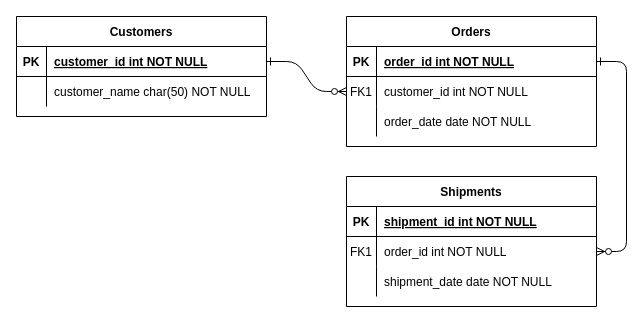
Before: entity_relationship_diagram.drawio in reaperxyndrome/my-todo, a draw.io diagram. Source tidied: cells renumbered, new cells numbered last; positions are measured from the earlier drawing's top-left corner, leaving out a move shared by most shapes. Both pictures are drawn from the tidied source at 100%, with x=0, y=0 at pixel (16, 16).
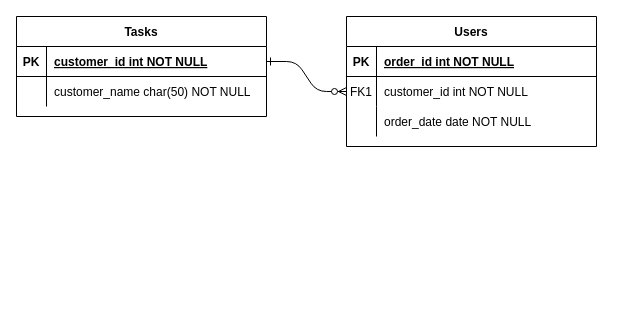
The same page after the edit.

Unchanged cells that the change refers to:
```xml
<mxCell id="5" style="shape=partialRectangle;fillColor=none;points=[[0,0.5],[1,0.5]];portConstraint=eastwest;top=0;left=0;right=0;bottom=1;" parent="4" vertex="1">
  <mxGeometry y="30" width="250" height="30" as="geometry" />
</mxCell>
```

Change to the diagram source:
```diff
@@
-    <mxCell id="3" style="edgeStyle=entityRelationEdgeStyle;endArrow=ERzeroToMany;startArrow=ERone;endFill=1;startFill=0;" parent="1" edge="1" source="5" target="18">
-      <mxGeometry relative="1" as="geometry" />
-    </mxCell>
-    <mxCell id="4" value="Orders" style="shape=table;startSize=30;childLayout=tableLayout;rowLines=0;fontStyle=1;align=center;" parent="1" vertex="1">
+    <mxCell id="4" value="Users" style="shape=table;startSize=30;childLayout=tableLayout;rowLines=0;fontStyle=1;align=center;" parent="1" vertex="1">
       <mxGeometry x="330" width="250" height="130" as="geometry" />
     </mxCell>
@@
-    <mxCell id="14" value="Shipments" style="shape=table;startSize=30;childLayout=tableLayout;rowLines=0;fontStyle=1;align=center;" parent="1" vertex="1">
-      <mxGeometry x="330" y="160" width="250" height="130" as="geometry" />
-    </mxCell>
-    <mxCell id="15" style="shape=partialRectangle;fillColor=none;top=0;left=0;right=0;bottom=1;" parent="14" vertex="1">
-      <mxGeometry y="30" width="250" height="30" as="geometry" />
-    </mxCell>
-    <mxCell id="16" value="PK" style="shape=partialRectangle;overflow=hidden;fillColor=none;top=0;left=0;bottom=0;right=0;fontStyle=1;" parent="15" vertex="1">
-      <mxGeometry width="30" height="30" as="geometry" />
-    </mxCell>
-    <mxCell id="17" value="shipment_id int NOT NULL " style="shape=partialRectangle;overflow=hidden;fillColor=none;top=0;left=0;bottom=0;right=0;align=left;spacingLeft=6;fontStyle=5;" parent="15" vertex="1">
-      <mxGeometry x="30" width="220" height="30" as="geometry" />
-    </mxCell>
-    <mxCell id="18" style="shape=partialRectangle;fillColor=none;points=[[0,0.5],[1,0.5]];portConstraint=eastwest;top=0;left=0;right=0;bottom=0;" parent="14" vertex="1">
-      <mxGeometry y="60" width="250" height="30" as="geometry" />
-    </mxCell>
-    <mxCell id="19" value="FK1" style="shape=partialRectangle;overflow=hidden;fillColor=none;top=0;left=0;bottom=0;right=0;" parent="18" vertex="1">
-      <mxGeometry width="30" height="30" as="geometry" />
-    </mxCell>
-    <mxCell id="20" value="order_id int NOT NULL" style="shape=partialRectangle;overflow=hidden;fillColor=none;top=0;left=0;bottom=0;right=0;align=left;spacingLeft=6;" parent="18" vertex="1">
-      <mxGeometry x="30" width="220" height="30" as="geometry" />
-    </mxCell>
-    <mxCell id="21" style="shape=partialRectangle;fillColor=none;top=0;left=0;right=0;bottom=0;" parent="14" vertex="1">
-      <mxGeometry y="90" width="250" height="30" as="geometry" />
-    </mxCell>
-    <mxCell id="22" style="shape=partialRectangle;overflow=hidden;fillColor=none;top=0;left=0;bottom=0;right=0;" parent="21" vertex="1">
-      <mxGeometry width="30" height="30" as="geometry" />
-    </mxCell>
-    <mxCell id="23" value="shipment_date date NOT NULL" style="shape=partialRectangle;overflow=hidden;fillColor=none;top=0;left=0;bottom=0;right=0;align=left;spacingLeft=6;" parent="21" vertex="1">
-      <mxGeometry x="30" width="220" height="30" as="geometry" />
-    </mxCell>
-    <mxCell id="24" value="Customers" style="shape=table;startSize=30;childLayout=tableLayout;rowLines=0;fontStyle=1;align=center;" parent="1" vertex="1">
+    <mxCell id="24" value="Tasks" style="shape=table;startSize=30;childLayout=tableLayout;rowLines=0;fontStyle=1;align=center;" parent="1" vertex="1">
       <mxGeometry width="250" height="100" as="geometry" />
     </mxCell>
```
